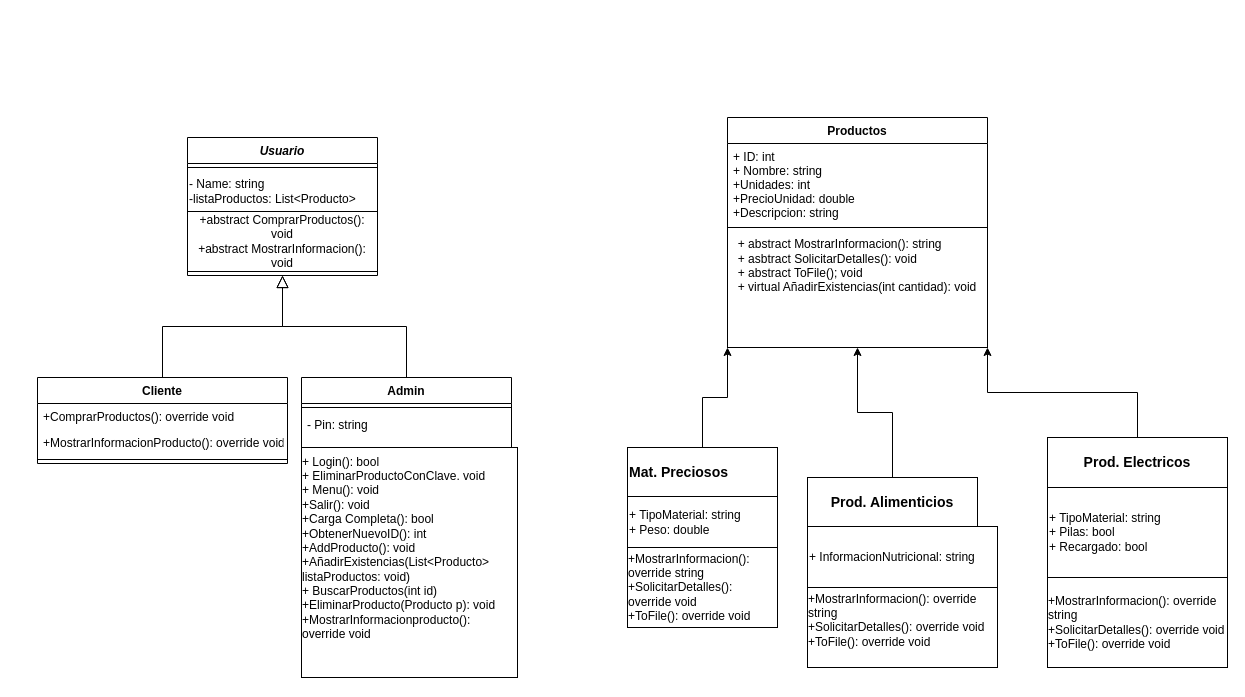
This is Diagrama sin título.drawio from DavidFdezF/MaquinaVending, a draw.io file, before an edit. Source tidied: cells renumbered, new cells numbered last; positions are measured from the earlier drawing's top-left corner, leaving out a move shared by most shapes. Both pictures are drawn from the tidied source at 100%, with x=0, y=0 at pixel (37, 117).
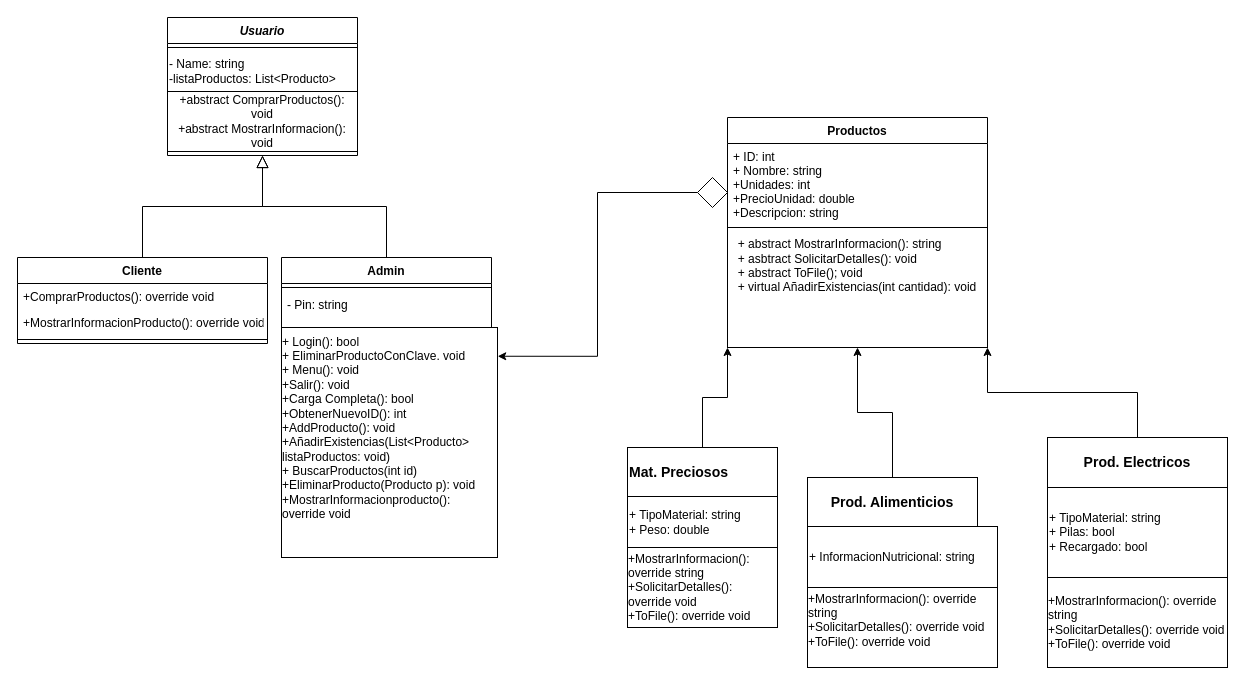
After the change.

Change to the diagram source:
```diff
@@
     <mxCell id="2" value="Usuario" style="swimlane;fontStyle=3;align=center;verticalAlign=top;horizontal=1;startSize=26;rounded=0;shadow=0;strokeWidth=1;" parent="1" vertex="1">
-      <mxGeometry x="150" y="20" width="190" height="138" as="geometry" />
+      <mxGeometry x="130" y="-100" width="190" height="138" as="geometry" />
     </mxCell>
@@
     <mxCell id="6" value="Cliente" style="swimlane;fontStyle=1;align=center;verticalAlign=top;horizontal=1;startSize=26;rounded=0;shadow=0;strokeWidth=1;" parent="1" vertex="1">
-      <mxGeometry y="260" width="250" height="86" as="geometry" />
+      <mxGeometry x="-20" y="140" width="250" height="86" as="geometry" />
     </mxCell>
@@
     <mxCell id="11" value="Admin" style="swimlane;fontStyle=1;align=center;verticalAlign=top;horizontal=1;startSize=26;rounded=0;shadow=0;strokeWidth=1;" parent="1" vertex="1">
-      <mxGeometry x="264" y="260" width="210" height="220" as="geometry" />
+      <mxGeometry x="244" y="140" width="210" height="220" as="geometry" />
     </mxCell>
@@
     <mxCell id="27" value="&lt;div align=&quot;left&quot;&gt;+ Login(): bool&lt;/div&gt;&lt;div align=&quot;left&quot;&gt;+ EliminarProductoConClave. void&lt;/div&gt;&lt;div align=&quot;left&quot;&gt;+ Menu(): void&lt;/div&gt;&lt;div align=&quot;left&quot;&gt;+Salir(): void&lt;/div&gt;&lt;div align=&quot;left&quot;&gt;+Carga Completa(): bool&lt;/div&gt;&lt;div align=&quot;left&quot;&gt;+ObtenerNuevoID(): int&lt;/div&gt;&lt;div align=&quot;left&quot;&gt;+AddProducto(): void&lt;/div&gt;&lt;div align=&quot;left&quot;&gt;+AñadirExistencias(List&amp;lt;Producto&amp;gt; listaProductos: void)&lt;/div&gt;&lt;div align=&quot;left&quot;&gt;+ BuscarProductos(int id)&lt;/div&gt;&lt;div align=&quot;left&quot;&gt;+EliminarProducto(Producto p): void&lt;/div&gt;&lt;div align=&quot;left&quot;&gt;+MostrarInformacionproducto(): override void&lt;br&gt;&lt;/div&gt;&lt;div&gt;&lt;br&gt;&lt;/div&gt;&lt;div&gt;&lt;br&gt;&lt;/div&gt;" style="rounded=0;whiteSpace=wrap;html=1;" parent="1" vertex="1">
-      <mxGeometry x="264" y="330" width="216" height="230" as="geometry" />
+      <mxGeometry x="244" y="210" width="216" height="230" as="geometry" />
     </mxCell>
@@
+    <mxCell id="31" style="edgeStyle=orthogonalEdgeStyle;rounded=0;jettySize=auto;html=1;entryX=1.001;entryY=0.125;entryDx=0;entryDy=0;entryPerimeter=0;" parent="1" edge="1" source="32" target="27">
+      <mxGeometry relative="1" as="geometry" />
+    </mxCell>
+    <mxCell id="32" style="rhombus;whiteSpace=wrap;html=1;fillColor=default;" parent="1" vertex="1">
+      <mxGeometry x="660" y="60" width="30" height="30" as="geometry" />
+    </mxCell>
```
